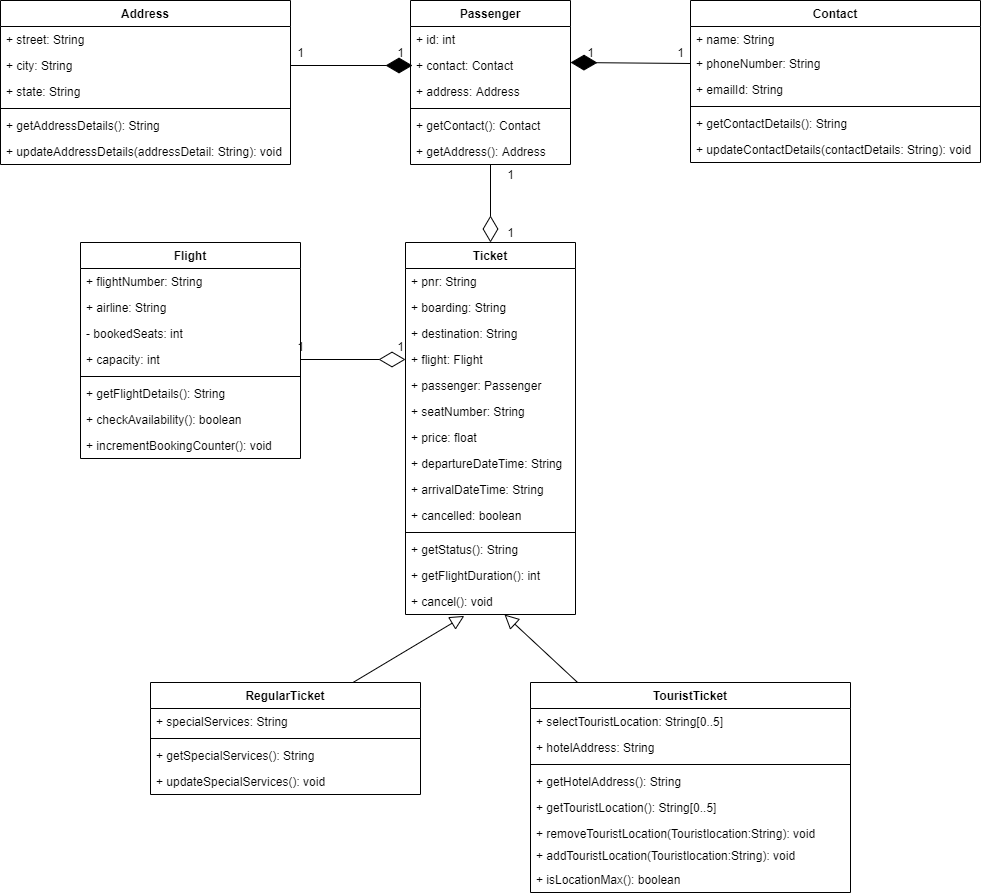
The draw.io diagram FRSproj.png in KrishnaKiranaM/Flight-Reservation-System, before a commit. Source tidied: cells renumbered, new cells last; positions are measured from the earlier drawing's top-left corner, leaving out a move shared by most shapes.
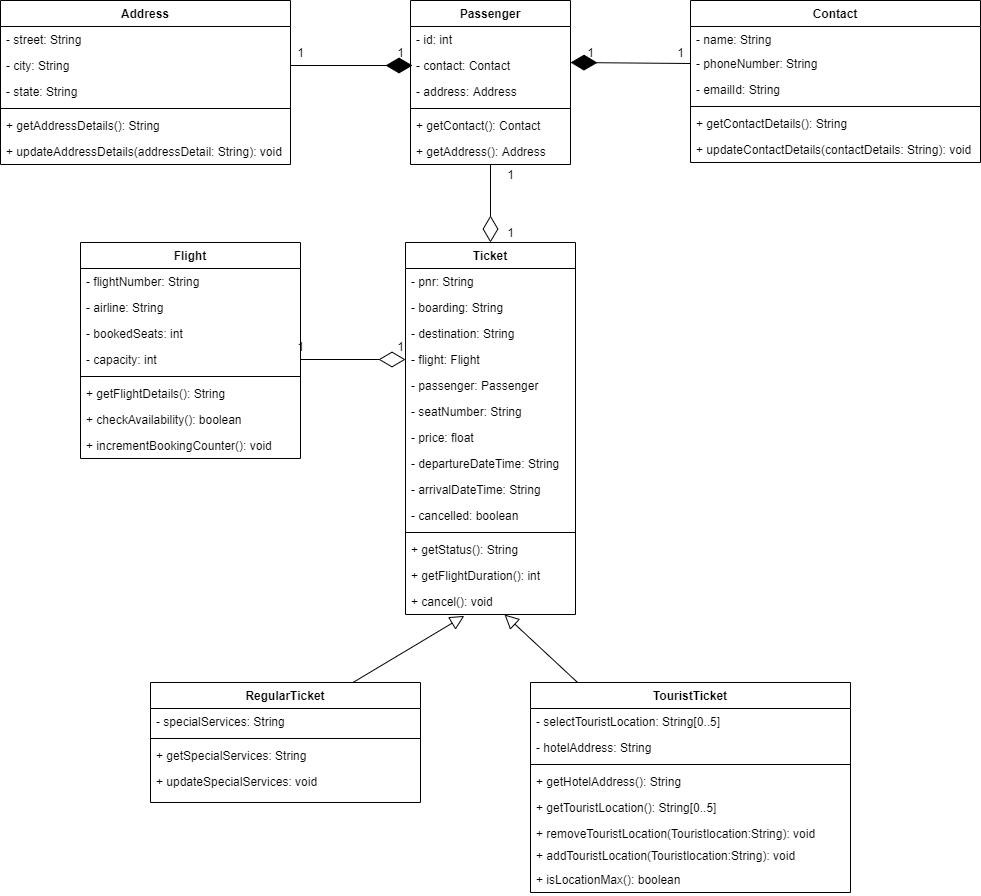
The same file after the commit.

What changed in the source:
```diff
@@ -5,13 +5,13 @@
     <mxCell id="2" value="Address" style="swimlane;fontStyle=1;align=center;verticalAlign=top;horizontal=1;startSize=26;" parent="1" vertex="1">
       <mxGeometry width="290" height="164" as="geometry" />
     </mxCell>
-    <mxCell id="3" value="+ street: String&#10;" style="text;strokeColor=none;fillColor=none;align=left;verticalAlign=top;spacingLeft=4;spacingRight=4;overflow=hidden;" parent="2" vertex="1">
+    <mxCell id="3" value="- street: String&#10;" style="text;strokeColor=none;fillColor=none;align=left;verticalAlign=top;spacingLeft=4;spacingRight=4;overflow=hidden;" parent="2" vertex="1">
       <mxGeometry y="26" width="290" height="26" as="geometry" />
     </mxCell>
-    <mxCell id="4" value="+ city: String" style="text;strokeColor=none;fillColor=none;align=left;verticalAlign=top;spacingLeft=4;spacingRight=4;overflow=hidden;points=[[0,0.5],[1,0.5]];portConstraint=eastwest;" parent="2" vertex="1">
+    <mxCell id="4" value="- city: String" style="text;strokeColor=none;fillColor=none;align=left;verticalAlign=top;spacingLeft=4;spacingRight=4;overflow=hidden;points=[[0,0.5],[1,0.5]];portConstraint=eastwest;" parent="2" vertex="1">
       <mxGeometry y="52" width="290" height="26" as="geometry" />
     </mxCell>
-    <mxCell id="5" value="+ state: String" style="text;strokeColor=none;fillColor=none;align=left;verticalAlign=top;spacingLeft=4;spacingRight=4;overflow=hidden;" parent="2" vertex="1">
+    <mxCell id="5" value="- state: String" style="text;strokeColor=none;fillColor=none;align=left;verticalAlign=top;spacingLeft=4;spacingRight=4;overflow=hidden;" parent="2" vertex="1">
       <mxGeometry y="78" width="290" height="26" as="geometry" />
     </mxCell>
     <mxCell id="6" style="line;strokeWidth=1;fillColor=none;align=left;verticalAlign=middle;spacingTop=-1;spacingLeft=3;spacingRight=3;labelPosition=right;" parent="2" vertex="1">
@@ -26,16 +26,16 @@
     <mxCell id="9" value="Flight" style="swimlane;fontStyle=1;align=center;verticalAlign=top;horizontal=1;startSize=26;" parent="1" vertex="1">
       <mxGeometry x="80" y="242" width="220" height="216" as="geometry" />
     </mxCell>
-    <mxCell id="10" value="+ flightNumber: String" style="text;strokeColor=none;fillColor=none;align=left;verticalAlign=top;spacingLeft=4;spacingRight=4;overflow=hidden;" parent="9" vertex="1">
+    <mxCell id="10" value="- flightNumber: String" style="text;strokeColor=none;fillColor=none;align=left;verticalAlign=top;spacingLeft=4;spacingRight=4;overflow=hidden;" parent="9" vertex="1">
       <mxGeometry y="26" width="220" height="26" as="geometry" />
     </mxCell>
-    <mxCell id="11" value="+ airline: String" style="text;strokeColor=none;fillColor=none;align=left;verticalAlign=top;spacingLeft=4;spacingRight=4;overflow=hidden;" parent="9" vertex="1">
+    <mxCell id="11" value="- airline: String" style="text;strokeColor=none;fillColor=none;align=left;verticalAlign=top;spacingLeft=4;spacingRight=4;overflow=hidden;" parent="9" vertex="1">
       <mxGeometry y="52" width="220" height="26" as="geometry" />
     </mxCell>
     <mxCell id="12" value="- bookedSeats: int" style="text;strokeColor=none;fillColor=none;align=left;verticalAlign=top;spacingLeft=4;spacingRight=4;overflow=hidden;" parent="9" vertex="1">
       <mxGeometry y="78" width="220" height="26" as="geometry" />
     </mxCell>
-    <mxCell id="13" value="+ capacity: int" style="text;strokeColor=none;fillColor=none;align=left;verticalAlign=top;spacingLeft=4;spacingRight=4;overflow=hidden;points=[[0,0.5],[1,0.5]];portConstraint=eastwest;" parent="9" vertex="1">
+    <mxCell id="13" value="- capacity: int" style="text;strokeColor=none;fillColor=none;align=left;verticalAlign=top;spacingLeft=4;spacingRight=4;overflow=hidden;points=[[0,0.5],[1,0.5]];portConstraint=eastwest;" parent="9" vertex="1">
       <mxGeometry y="104" width="220" height="26" as="geometry" />
     </mxCell>
     <mxCell id="14" style="line;strokeWidth=1;fillColor=none;align=left;verticalAlign=middle;spacingTop=-1;spacingLeft=3;spacingRight=3;labelPosition=right;" parent="9" vertex="1">
@@ -53,13 +53,13 @@
     <mxCell id="18" value="Passenger" style="swimlane;fontStyle=1;align=center;verticalAlign=top;horizontal=1;startSize=26;" parent="1" vertex="1">
       <mxGeometry x="410" width="160" height="164" as="geometry" />
     </mxCell>
-    <mxCell id="19" value="+ id: int" style="text;strokeColor=none;fillColor=none;align=left;verticalAlign=top;spacingLeft=4;spacingRight=4;overflow=hidden;" parent="18" vertex="1">
+    <mxCell id="19" value="- id: int" style="text;strokeColor=none;fillColor=none;align=left;verticalAlign=top;spacingLeft=4;spacingRight=4;overflow=hidden;" parent="18" vertex="1">
       <mxGeometry y="26" width="160" height="26" as="geometry" />
     </mxCell>
-    <mxCell id="20" value="+ contact: Contact" style="text;strokeColor=none;fillColor=none;align=left;verticalAlign=top;spacingLeft=4;spacingRight=4;overflow=hidden;" parent="18" vertex="1">
+    <mxCell id="20" value="- contact: Contact" style="text;strokeColor=none;fillColor=none;align=left;verticalAlign=top;spacingLeft=4;spacingRight=4;overflow=hidden;" parent="18" vertex="1">
       <mxGeometry y="52" width="160" height="26" as="geometry" />
     </mxCell>
-    <mxCell id="21" value="+ address: Address" style="text;strokeColor=none;fillColor=none;align=left;verticalAlign=top;spacingLeft=4;spacingRight=4;overflow=hidden;" parent="18" vertex="1">
+    <mxCell id="21" value="- address: Address" style="text;strokeColor=none;fillColor=none;align=left;verticalAlign=top;spacingLeft=4;spacingRight=4;overflow=hidden;" parent="18" vertex="1">
       <mxGeometry y="78" width="160" height="26" as="geometry" />
     </mxCell>
     <mxCell id="22" style="line;strokeWidth=1;fillColor=none;align=left;verticalAlign=middle;spacingTop=-1;spacingLeft=3;spacingRight=3;labelPosition=right;" parent="18" vertex="1">
@@ -74,13 +74,13 @@
     <mxCell id="25" value="Contact" style="swimlane;fontStyle=1;align=center;verticalAlign=top;horizontal=1;startSize=26;" parent="1" vertex="1">
       <mxGeometry x="690" width="290" height="162" as="geometry" />
     </mxCell>
-    <mxCell id="26" value="+ name: String" style="text;strokeColor=none;fillColor=none;align=left;verticalAlign=top;spacingLeft=4;spacingRight=4;overflow=hidden;" parent="25" vertex="1">
+    <mxCell id="26" value="- name: String" style="text;strokeColor=none;fillColor=none;align=left;verticalAlign=top;spacingLeft=4;spacingRight=4;overflow=hidden;" parent="25" vertex="1">
       <mxGeometry y="26" width="290" height="24" as="geometry" />
     </mxCell>
-    <mxCell id="27" value="+ phoneNumber: String" style="text;strokeColor=none;fillColor=none;align=left;verticalAlign=top;spacingLeft=4;spacingRight=4;overflow=hidden;points=[[0,0.5],[1,0.5]];portConstraint=eastwest;" parent="25" vertex="1">
+    <mxCell id="27" value="- phoneNumber: String" style="text;strokeColor=none;fillColor=none;align=left;verticalAlign=top;spacingLeft=4;spacingRight=4;overflow=hidden;points=[[0,0.5],[1,0.5]];portConstraint=eastwest;" parent="25" vertex="1">
       <mxGeometry y="50" width="290" height="26" as="geometry" />
     </mxCell>
-    <mxCell id="28" value="+ emailId: String" style="text;strokeColor=none;fillColor=none;align=left;verticalAlign=top;spacingLeft=4;spacingRight=4;overflow=hidden;" parent="25" vertex="1">
+    <mxCell id="28" value="- emailId: String" style="text;strokeColor=none;fillColor=none;align=left;verticalAlign=top;spacingLeft=4;spacingRight=4;overflow=hidden;" parent="25" vertex="1">
       <mxGeometry y="76" width="290" height="26" as="geometry" />
     </mxCell>
     <mxCell id="29" style="line;strokeWidth=1;fillColor=none;align=left;verticalAlign=middle;spacingTop=-1;spacingLeft=3;spacingRight=3;labelPosition=right;" parent="25" vertex="1">
@@ -95,34 +95,34 @@
     <mxCell id="32" value="Ticket" style="swimlane;fontStyle=1;align=center;verticalAlign=top;horizontal=1;startSize=26;" parent="1" vertex="1">
       <mxGeometry x="405" y="242" width="170" height="372" as="geometry" />
     </mxCell>
-    <mxCell id="33" value="+ pnr: String" style="text;strokeColor=none;fillColor=none;align=left;verticalAlign=top;spacingLeft=4;spacingRight=4;overflow=hidden;" parent="32" vertex="1">
+    <mxCell id="33" value="- pnr: String" style="text;strokeColor=none;fillColor=none;align=left;verticalAlign=top;spacingLeft=4;spacingRight=4;overflow=hidden;" parent="32" vertex="1">
       <mxGeometry y="26" width="170" height="26" as="geometry" />
     </mxCell>
-    <mxCell id="34" value="+ boarding: String" style="text;strokeColor=none;fillColor=none;align=left;verticalAlign=top;spacingLeft=4;spacingRight=4;overflow=hidden;" parent="32" vertex="1">
+    <mxCell id="34" value="- boarding: String" style="text;strokeColor=none;fillColor=none;align=left;verticalAlign=top;spacingLeft=4;spacingRight=4;overflow=hidden;" parent="32" vertex="1">
       <mxGeometry y="52" width="170" height="26" as="geometry" />
     </mxCell>
-    <mxCell id="35" value="+ destination: String" style="text;strokeColor=none;fillColor=none;align=left;verticalAlign=top;spacingLeft=4;spacingRight=4;overflow=hidden;" parent="32" vertex="1">
+    <mxCell id="35" value="- destination: String" style="text;strokeColor=none;fillColor=none;align=left;verticalAlign=top;spacingLeft=4;spacingRight=4;overflow=hidden;" parent="32" vertex="1">
       <mxGeometry y="78" width="170" height="26" as="geometry" />
     </mxCell>
-    <mxCell id="36" value="+ flight: Flight" style="text;strokeColor=none;fillColor=none;align=left;verticalAlign=top;spacingLeft=4;spacingRight=4;overflow=hidden;points=[[0,0.5],[1,0.5]];portConstraint=eastwest;" parent="32" vertex="1">
+    <mxCell id="36" value="- flight: Flight" style="text;strokeColor=none;fillColor=none;align=left;verticalAlign=top;spacingLeft=4;spacingRight=4;overflow=hidden;points=[[0,0.5],[1,0.5]];portConstraint=eastwest;" parent="32" vertex="1">
       <mxGeometry y="104" width="170" height="26" as="geometry" />
     </mxCell>
-    <mxCell id="37" value="+ passenger: Passenger" style="text;strokeColor=none;fillColor=none;align=left;verticalAlign=top;spacingLeft=4;spacingRight=4;overflow=hidden;" parent="32" vertex="1">
+    <mxCell id="37" value="- passenger: Passenger" style="text;strokeColor=none;fillColor=none;align=left;verticalAlign=top;spacingLeft=4;spacingRight=4;overflow=hidden;" parent="32" vertex="1">
       <mxGeometry y="130" width="170" height="26" as="geometry" />
     </mxCell>
-    <mxCell id="38" value="+ seatNumber: String" style="text;strokeColor=none;fillColor=none;align=left;verticalAlign=top;spacingLeft=4;spacingRight=4;overflow=hidden;" parent="32" vertex="1">
+    <mxCell id="38" value="- seatNumber: String" style="text;strokeColor=none;fillColor=none;align=left;verticalAlign=top;spacingLeft=4;spacingRight=4;overflow=hidden;" parent="32" vertex="1">
       <mxGeometry y="156" width="170" height="26" as="geometry" />
     </mxCell>
-    <mxCell id="39" value="+ price: float" style="text;strokeColor=none;fillColor=none;align=left;verticalAlign=top;spacingLeft=4;spacingRight=4;overflow=hidden;" parent="32" vertex="1">
+    <mxCell id="39" value="- price: float" style="text;strokeColor=none;fillColor=none;align=left;verticalAlign=top;spacingLeft=4;spacingRight=4;overflow=hidden;" parent="32" vertex="1">
       <mxGeometry y="182" width="170" height="26" as="geometry" />
     </mxCell>
-    <mxCell id="40" value="+ departureDateTime: String" style="text;strokeColor=none;fillColor=none;align=left;verticalAlign=top;spacingLeft=4;spacingRight=4;overflow=hidden;" parent="32" vertex="1">
+    <mxCell id="40" value="- departureDateTime: String" style="text;strokeColor=none;fillColor=none;align=left;verticalAlign=top;spacingLeft=4;spacingRight=4;overflow=hidden;" parent="32" vertex="1">
       <mxGeometry y="208" width="170" height="26" as="geometry" />
     </mxCell>
-    <mxCell id="41" value="+ arrivalDateTime: String" style="text;strokeColor=none;fillColor=none;align=left;verticalAlign=top;spacingLeft=4;spacingRight=4;overflow=hidden;" parent="32" vertex="1">
+    <mxCell id="41" value="- arrivalDateTime: String" style="text;strokeColor=none;fillColor=none;align=left;verticalAlign=top;spacingLeft=4;spacingRight=4;overflow=hidden;" parent="32" vertex="1">
       <mxGeometry y="234" width="170" height="26" as="geometry" />
     </mxCell>
-    <mxCell id="42" value="+ cancelled: boolean" style="text;strokeColor=none;fillColor=none;align=left;verticalAlign=top;spacingLeft=4;spacingRight=4;overflow=hidden;" parent="32" vertex="1">
+    <mxCell id="42" value="- cancelled: boolean" style="text;strokeColor=none;fillColor=none;align=left;verticalAlign=top;spacingLeft=4;spacingRight=4;overflow=hidden;" parent="32" vertex="1">
       <mxGeometry y="260" width="170" height="26" as="geometry" />
     </mxCell>
     <mxCell id="43" style="line;strokeWidth=1;fillColor=none;align=left;verticalAlign=middle;spacingTop=-1;spacingLeft=3;spacingRight=3;labelPosition=right;" parent="32" vertex="1">
@@ -138,27 +138,27 @@
       <mxGeometry y="346" width="170" height="26" as="geometry" />
     </mxCell>
     <mxCell id="47" value="RegularTicket" style="swimlane;fontStyle=1;align=center;verticalAlign=top;horizontal=1;startSize=26;" parent="1" vertex="1">
-      <mxGeometry x="150" y="682" width="270" height="112" as="geometry" />
+      <mxGeometry x="150" y="682" width="270" height="120" as="geometry" />
     </mxCell>
-    <mxCell id="48" value="+ specialServices: String" style="text;strokeColor=none;fillColor=none;align=left;verticalAlign=top;spacingLeft=4;spacingRight=4;overflow=hidden;" parent="47" vertex="1">
+    <mxCell id="48" value="- specialServices: String" style="text;strokeColor=none;fillColor=none;align=left;verticalAlign=top;spacingLeft=4;spacingRight=4;overflow=hidden;" parent="47" vertex="1">
       <mxGeometry y="26" width="270" height="26" as="geometry" />
     </mxCell>
     <mxCell id="49" style="line;strokeWidth=1;fillColor=none;align=left;verticalAlign=middle;spacingTop=-1;spacingLeft=3;spacingRight=3;labelPosition=right;" parent="47" vertex="1">
       <mxGeometry y="52" width="270" height="8" as="geometry" />
     </mxCell>
-    <mxCell id="50" value="+ getSpecialServices(): String" style="text;strokeColor=none;fillColor=none;align=left;verticalAlign=top;spacingLeft=4;spacingRight=4;overflow=hidden;" parent="47" vertex="1">
+    <mxCell id="50" value="+ getSpecialServices: String" style="text;strokeColor=none;fillColor=none;align=left;verticalAlign=top;spacingLeft=4;spacingRight=4;overflow=hidden;" parent="47" vertex="1">
       <mxGeometry y="60" width="270" height="26" as="geometry" />
     </mxCell>
-    <mxCell id="51" value="+ updateSpecialServices(): void" style="text;strokeColor=none;fillColor=none;align=left;verticalAlign=top;spacingLeft=4;spacingRight=4;overflow=hidden;" parent="47" vertex="1">
-      <mxGeometry y="86" width="270" height="26" as="geometry" />
+    <mxCell id="51" value="+ updateSpecialServices: void" style="text;strokeColor=none;fillColor=none;align=left;verticalAlign=top;spacingLeft=4;spacingRight=4;overflow=hidden;" parent="47" vertex="1">
+      <mxGeometry y="86" width="270" height="34" as="geometry" />
     </mxCell>
     <mxCell id="52" value="TouristTicket" style="swimlane;fontStyle=1;align=center;verticalAlign=top;horizontal=1;startSize=26;" parent="1" vertex="1">
       <mxGeometry x="530" y="682" width="320" height="210" as="geometry" />
     </mxCell>
-    <mxCell id="53" value="+ selectTouristLocation: String[0..5]" style="text;strokeColor=none;fillColor=none;align=left;verticalAlign=top;spacingLeft=4;spacingRight=4;overflow=hidden;" parent="52" vertex="1">
+    <mxCell id="53" value="- selectTouristLocation: String[0..5]" style="text;strokeColor=none;fillColor=none;align=left;verticalAlign=top;spacingLeft=4;spacingRight=4;overflow=hidden;" parent="52" vertex="1">
       <mxGeometry y="26" width="320" height="26" as="geometry" />
     </mxCell>
-    <mxCell id="54" value="+ hotelAddress: String" style="text;strokeColor=none;fillColor=none;align=left;verticalAlign=top;spacingLeft=4;spacingRight=4;overflow=hidden;" parent="52" vertex="1">
+    <mxCell id="54" value="- hotelAddress: String" style="text;strokeColor=none;fillColor=none;align=left;verticalAlign=top;spacingLeft=4;spacingRight=4;overflow=hidden;" parent="52" vertex="1">
       <mxGeometry y="52" width="320" height="26" as="geometry" />
     </mxCell>
     <mxCell id="55" style="line;strokeWidth=1;fillColor=none;align=left;verticalAlign=middle;spacingTop=-1;spacingLeft=3;spacingRight=3;labelPosition=right;" parent="52" vertex="1">
```
